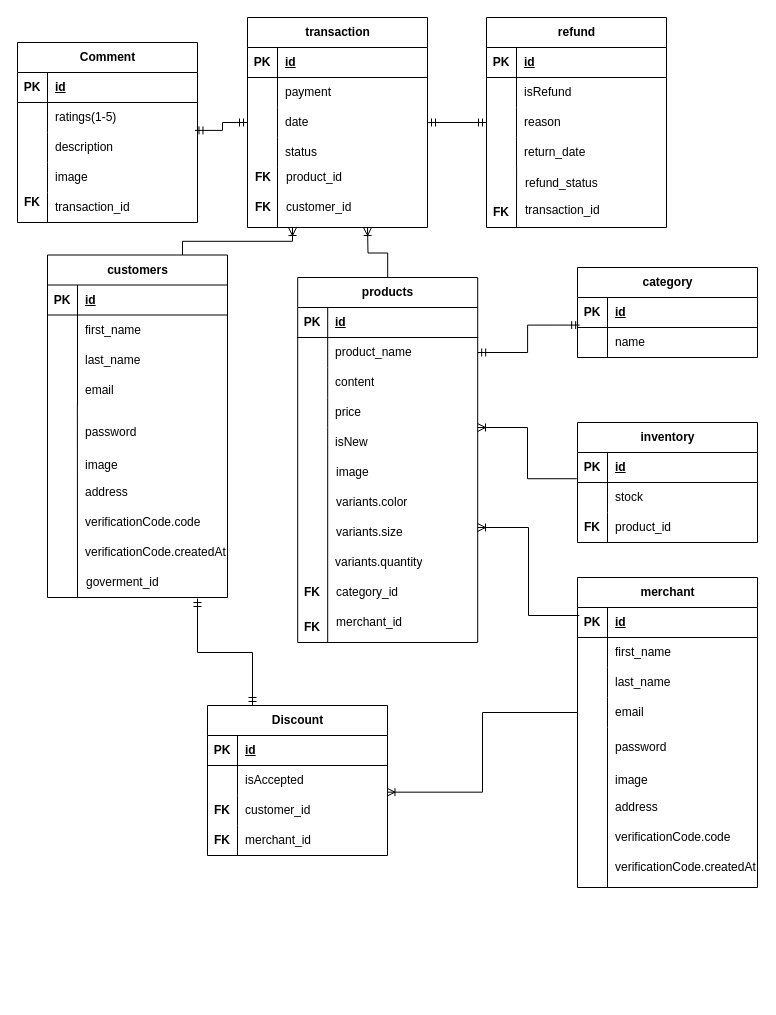
Earlier version of the draw.io diagram erd.drawio (XPAY-Worldwide-Corporation/cadet-capstone-ecom). Source tidied: cells renumbered, new cells numbered last; positions are measured from the earlier drawing's top-left corner, leaving out a move shared by most shapes. Both pictures are drawn from the tidied source at 100%, with x=0, y=0 at pixel (17, 17).
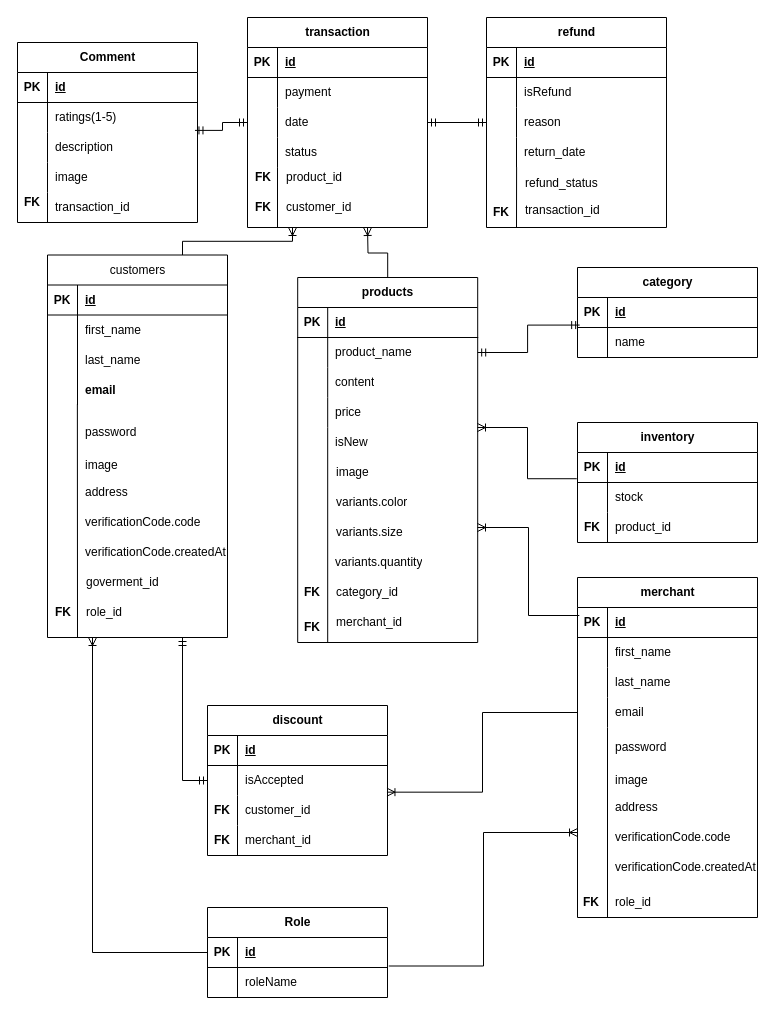
After the change.

Commit message (it also covers changes not shown here):
Add role in erd

Unchanged cells that the change refers to:
```xml
<mxCell id="116" style="shape=tableRow;horizontal=0;startSize=0;swimlaneHead=0;swimlaneBody=0;fillColor=none;points=[[0,0.5],[1,0.5]];portConstraint=eastwest;top=0;left=0;right=0;bottom=0;" parent="106" vertex="1">
  <mxGeometry y="120" width="180" height="30" as="geometry" />
</mxCell>
<mxCell id="150" style="shape=tableRow;horizontal=0;startSize=0;swimlaneHead=0;swimlaneBody=0;fillColor=none;points=[[0,0.5],[1,0.5]];portConstraint=eastwest;top=0;left=0;right=0;bottom=0;" parent="146" vertex="1">
  <mxGeometry y="60" width="180" height="30" as="geometry" />
</mxCell>
```

Diff of the diagram source:
```diff
@@
-    <mxCell id="102" style="edgeStyle=elbowEdgeStyle;fontSize=12;html=1;endArrow=ERmandOne;startArrow=ERmandOne;rounded=0;entryX=0.25;entryY=0;entryDx=0;entryDy=0;elbow=vertical;" parent="1" edge="1" target="146">
-      <mxGeometry relative="1" as="geometry">
-        <mxPoint x="180" y="581" as="sourcePoint" />
-      </mxGeometry>
-    </mxCell>
@@
-    <mxCell id="106" value="customers" style="shape=table;startSize=30;childLayout=tableLayout;rowLines=0;fontStyle=1;align=center;html=1;" parent="1" vertex="1">
-      <mxGeometry x="30" y="237.5" width="180" height="342.5" as="geometry" />
+    <mxCell id="106" value="customers" style="shape=table;startSize=30;childLayout=tableLayout;rowLines=0;fontStyle=0;align=center;html=1;" parent="1" vertex="1">
+      <mxGeometry x="30" y="237.5" width="180" height="382.5" as="geometry" />
     </mxCell>
@@
-    <mxCell id="118" value="email" style="shape=partialRectangle;fillColor=none;top=0;left=0;bottom=0;right=0;align=left;spacingLeft=6;overflow=hidden;whiteSpace=wrap;html=1;" parent="116" vertex="1">
+    <mxCell id="118" value="email" style="shape=partialRectangle;fillColor=none;top=0;left=0;bottom=0;right=0;align=left;spacingLeft=6;overflow=hidden;whiteSpace=wrap;html=1;fontStyle=1;" parent="116" vertex="1">
       <mxGeometry x="30" width="150" height="30" as="geometry" />
     </mxCell>
     <mxCell id="119" style="endArrow=none;html=1;rounded=0;exitX=0.166;exitY=0.973;exitDx=0;exitDy=0;exitPerimeter=0;" parent="1" edge="1" source="116">
       <mxGeometry relative="1" as="geometry">
-        <mxPoint x="60" y="580" as="targetPoint" />
+        <mxPoint x="60" y="620" as="targetPoint" />
       </mxGeometry>
     </mxCell>
@@
     <mxCell id="126" value="merchant" style="shape=table;startSize=30;childLayout=tableLayout;rowLines=0;fontStyle=1;align=center;html=1;" parent="1" vertex="1">
-      <mxGeometry x="560" y="560" width="180" height="310" as="geometry" />
+      <mxGeometry x="560" y="560" width="180" height="340" as="geometry" />
     </mxCell>
@@
     <mxCell id="139" style="endArrow=none;html=1;rounded=0;" parent="1" edge="1">
       <mxGeometry relative="1" as="geometry">
         <mxPoint x="590" y="710" as="sourcePoint" />
-        <mxPoint x="590" y="870" as="targetPoint" />
+        <mxPoint x="590" y="900" as="targetPoint" />
       </mxGeometry>
     </mxCell>
@@
-    <mxCell id="146" value="Discount" style="shape=table;startSize=30;childLayout=tableLayout;rowLines=0;fontStyle=1;align=center;html=1;" parent="1" vertex="1">
+    <mxCell id="146" value="discount" style="shape=table;startSize=30;childLayout=tableLayout;rowLines=0;fontStyle=1;align=center;html=1;" parent="1" vertex="1">
       <mxGeometry x="190" y="688" width="180" height="150" as="geometry" />
     </mxCell>
@@
+    <mxCell id="164" value="Role" style="shape=table;startSize=30;childLayout=tableLayout;rowLines=0;fontStyle=1;align=center;html=1;" parent="1" vertex="1">
+      <mxGeometry x="190" y="890" width="180" height="90" as="geometry" />
+    </mxCell>
+    <mxCell id="165" style="shape=tableRow;horizontal=0;startSize=0;swimlaneHead=0;swimlaneBody=0;fillColor=none;points=[[0,0.5],[1,0.5]];portConstraint=eastwest;top=0;left=0;right=0;bottom=1;" parent="164" vertex="1">
+      <mxGeometry y="30" width="180" height="30" as="geometry" />
+    </mxCell>
+    <mxCell id="166" value="PK" style="shape=partialRectangle;fillColor=none;top=0;left=0;bottom=0;right=0;fontStyle=1;overflow=hidden;whiteSpace=wrap;html=1;" parent="165" vertex="1">
+      <mxGeometry width="30" height="30" as="geometry" />
+    </mxCell>
+    <mxCell id="167" value="id" style="shape=partialRectangle;fillColor=none;top=0;left=0;bottom=0;right=0;align=left;spacingLeft=6;fontStyle=5;overflow=hidden;whiteSpace=wrap;html=1;" parent="165" vertex="1">
+      <mxGeometry x="30" width="150" height="30" as="geometry" />
+    </mxCell>
+    <mxCell id="168" style="shape=tableRow;horizontal=0;startSize=0;swimlaneHead=0;swimlaneBody=0;fillColor=none;top=0;left=0;right=0;bottom=0;" parent="164" vertex="1">
+      <mxGeometry y="60" width="180" height="30" as="geometry" />
+    </mxCell>
+    <mxCell id="169" style="shape=partialRectangle;fillColor=none;top=0;left=0;bottom=0;right=0;overflow=hidden;whiteSpace=wrap;html=1;" parent="168" vertex="1">
+      <mxGeometry width="30" height="30" as="geometry" />
+    </mxCell>
+    <mxCell id="170" value="roleName" style="shape=partialRectangle;fillColor=none;top=0;left=0;bottom=0;right=0;align=left;spacingLeft=6;overflow=hidden;whiteSpace=wrap;html=1;" parent="168" vertex="1">
+      <mxGeometry x="30" width="150" height="30" as="geometry" />
+    </mxCell>
+    <mxCell id="171" value="role_id" style="shape=partialRectangle;fillColor=none;top=0;left=0;bottom=0;right=0;align=left;spacingLeft=6;overflow=hidden;whiteSpace=wrap;html=1;" parent="1" vertex="1">
+      <mxGeometry x="60.5" y="580" width="150" height="30" as="geometry" />
+    </mxCell>
+    <mxCell id="172" value="FK" style="shape=partialRectangle;fillColor=none;top=0;left=0;bottom=0;right=0;fontStyle=1;overflow=hidden;whiteSpace=wrap;html=1;" parent="1" vertex="1">
+      <mxGeometry x="30.5" y="580" width="30" height="30" as="geometry" />
+    </mxCell>
+    <mxCell id="173" value="role_id" style="shape=partialRectangle;fillColor=none;top=0;left=0;bottom=0;right=0;align=left;spacingLeft=6;overflow=hidden;whiteSpace=wrap;html=1;" parent="1" vertex="1">
+      <mxGeometry x="590" y="870" width="150.5" height="30" as="geometry" />
+    </mxCell>
+    <mxCell id="174" value="FK" style="shape=partialRectangle;fillColor=none;top=0;left=0;bottom=0;right=0;fontStyle=1;overflow=hidden;whiteSpace=wrap;html=1;" parent="1" vertex="1">
+      <mxGeometry x="559" y="870" width="30" height="30" as="geometry" />
+    </mxCell>
+    <mxCell id="175" style="edgeStyle=orthogonalEdgeStyle;fontSize=12;html=1;endArrow=ERmandOne;startArrow=ERmandOne;rounded=0;entryX=0.75;entryY=1;entryDx=0;entryDy=0;exitX=0;exitY=0.5;exitDx=0;exitDy=0;" parent="1" edge="1" source="150" target="106">
+      <mxGeometry relative="1" as="geometry" />
+    </mxCell>
+    <mxCell id="176" style="edgeStyle=elbowEdgeStyle;fontSize=12;html=1;endArrow=ERoneToMany;rounded=0;exitX=1.007;exitY=0.95;exitDx=0;exitDy=0;fontStyle=1;entryX=0;entryY=0.75;entryDx=0;entryDy=0;exitPerimeter=0;" parent="1" edge="1" source="165" target="126">
+      <mxGeometry relative="1" as="geometry" />
+    </mxCell>
+    <mxCell id="177" style="edgeStyle=orthogonalEdgeStyle;fontSize=12;html=1;endArrow=ERoneToMany;rounded=0;exitX=0;exitY=0.5;exitDx=0;exitDy=0;fontStyle=1;entryX=0.25;entryY=1;entryDx=0;entryDy=0;" parent="1" edge="1" source="165" target="106">
+      <mxGeometry relative="1" as="geometry" />
+    </mxCell>
```
